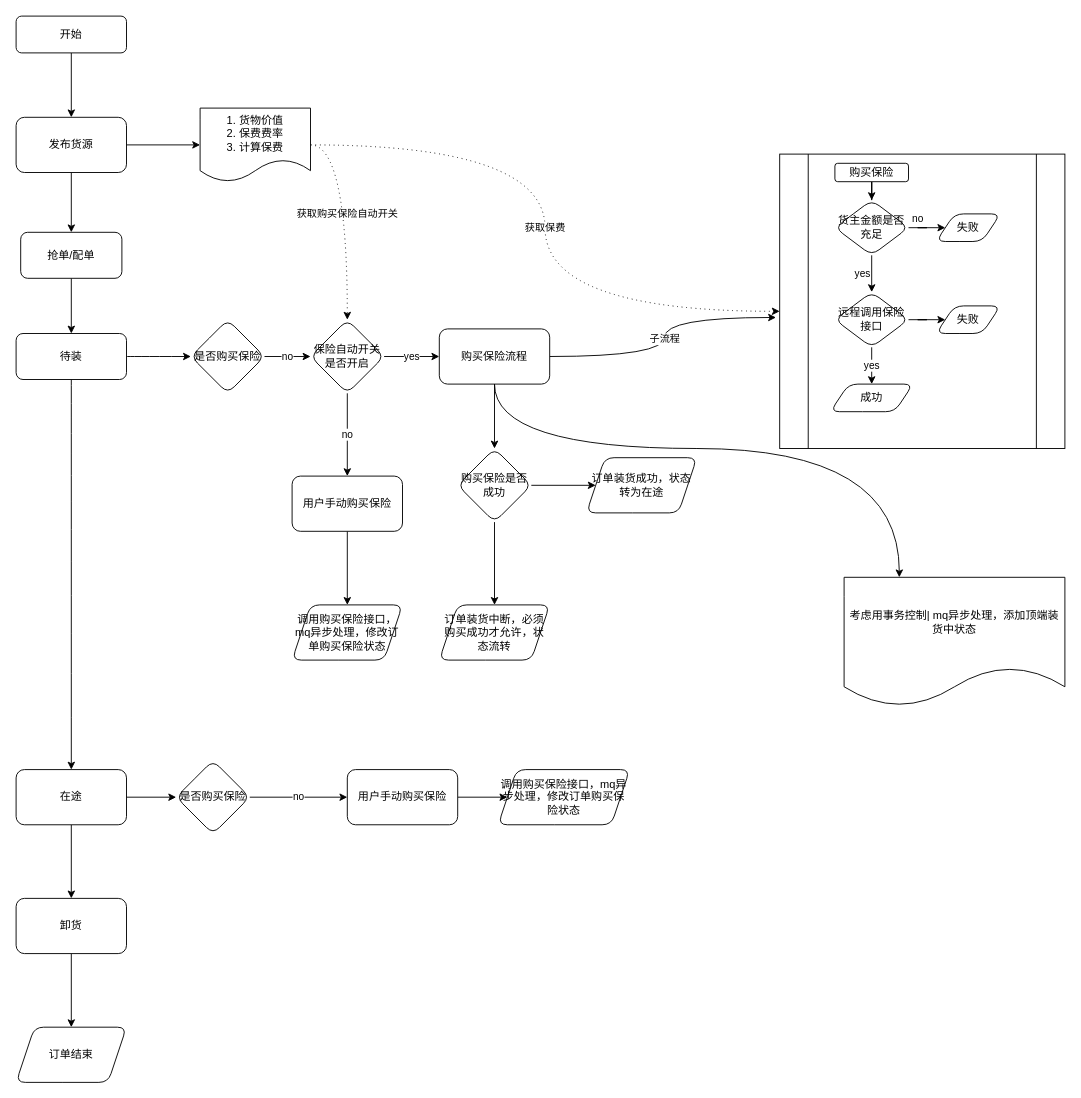
aluohe/aluohe_img keeps this draw.io diagram as 未命名绘图.drawio. Above is the earlier version. Source tidied: cells renumbered, new cells numbered last; positions are measured from the earlier drawing's top-left corner, leaving out a move shared by most shapes. Both pictures are drawn from the tidied source at 92%, with x=0, y=0 at pixel (16, 16).
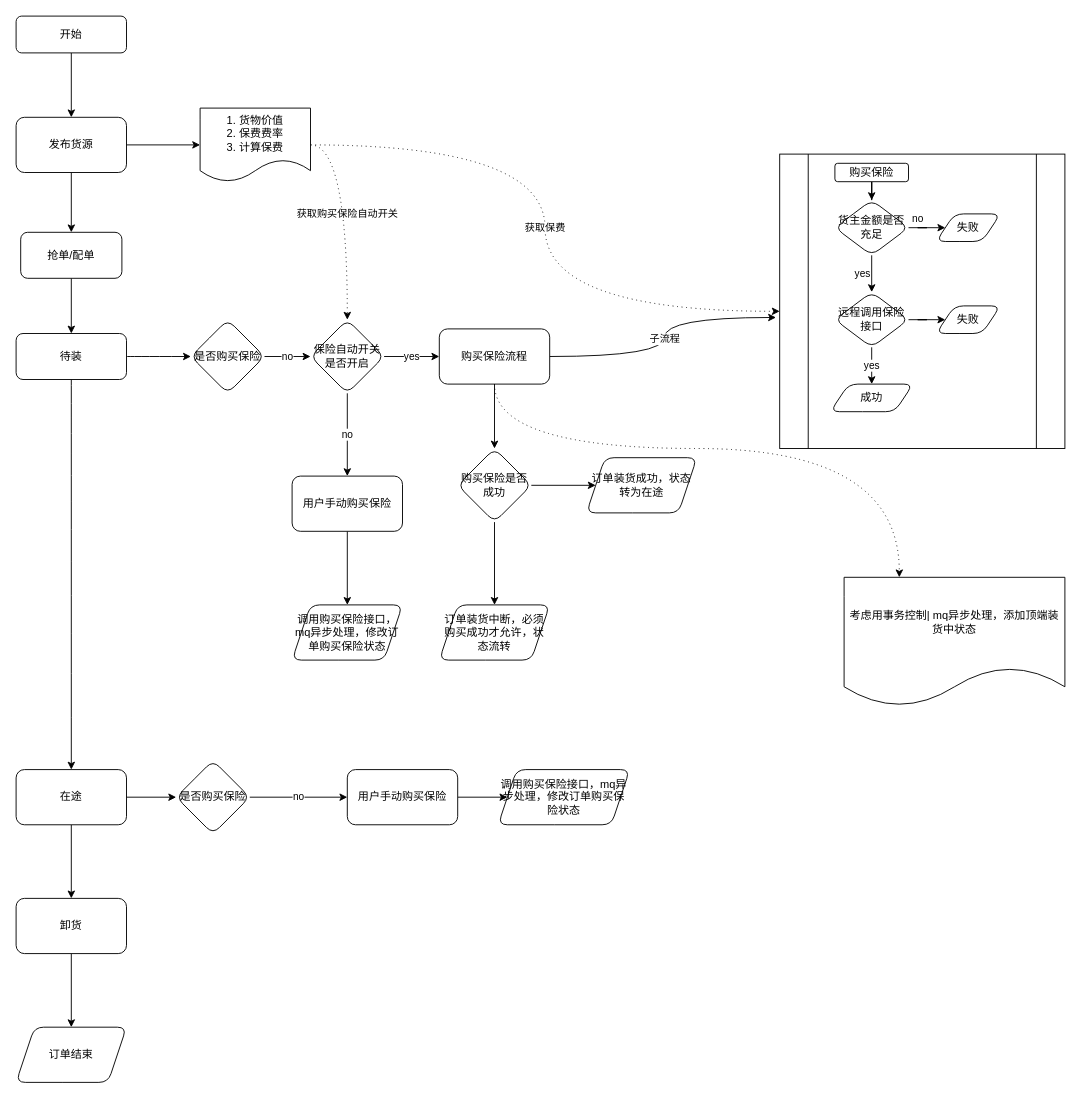
The same diagram, later.

The change refers to these unchanged cells:
```xml
<mxCell id="27" value="购买保险流程" style="whiteSpace=wrap;html=1;rounded=1;shadow=0;strokeWidth=1;glass=0;" parent="1" vertex="1">
  <mxGeometry x="460" y="340" width="120" height="60" as="geometry" />
</mxCell>
<mxCell id="55" value="考虑用事务控制| mq异步处理，添加顶端装货中状态" style="shape=document;whiteSpace=wrap;html=1;boundedLbl=1;rounded=1;shadow=0;strokeWidth=1;glass=0;" parent="1" vertex="1">
  <mxGeometry x="900" y="610" width="240" height="140" as="geometry" />
</mxCell>
```

Change to the diagram source:
```diff
@@
-    <mxCell id="26" style="edgeStyle=orthogonalEdgeStyle;curved=1;jettySize=auto;html=1;" parent="1" edge="1" source="27" target="55">
+    <mxCell id="26" style="edgeStyle=orthogonalEdgeStyle;curved=1;jettySize=auto;html=1;dashed=1;dashPattern=1 4;" parent="1" edge="1" source="27" target="55">
       <mxGeometry relative="1" as="geometry">
         <Array as="points">
           <mxPoint x="520" y="470" />
           <mxPoint x="960" y="470" />
         </Array>
       </mxGeometry>
     </mxCell>
```
